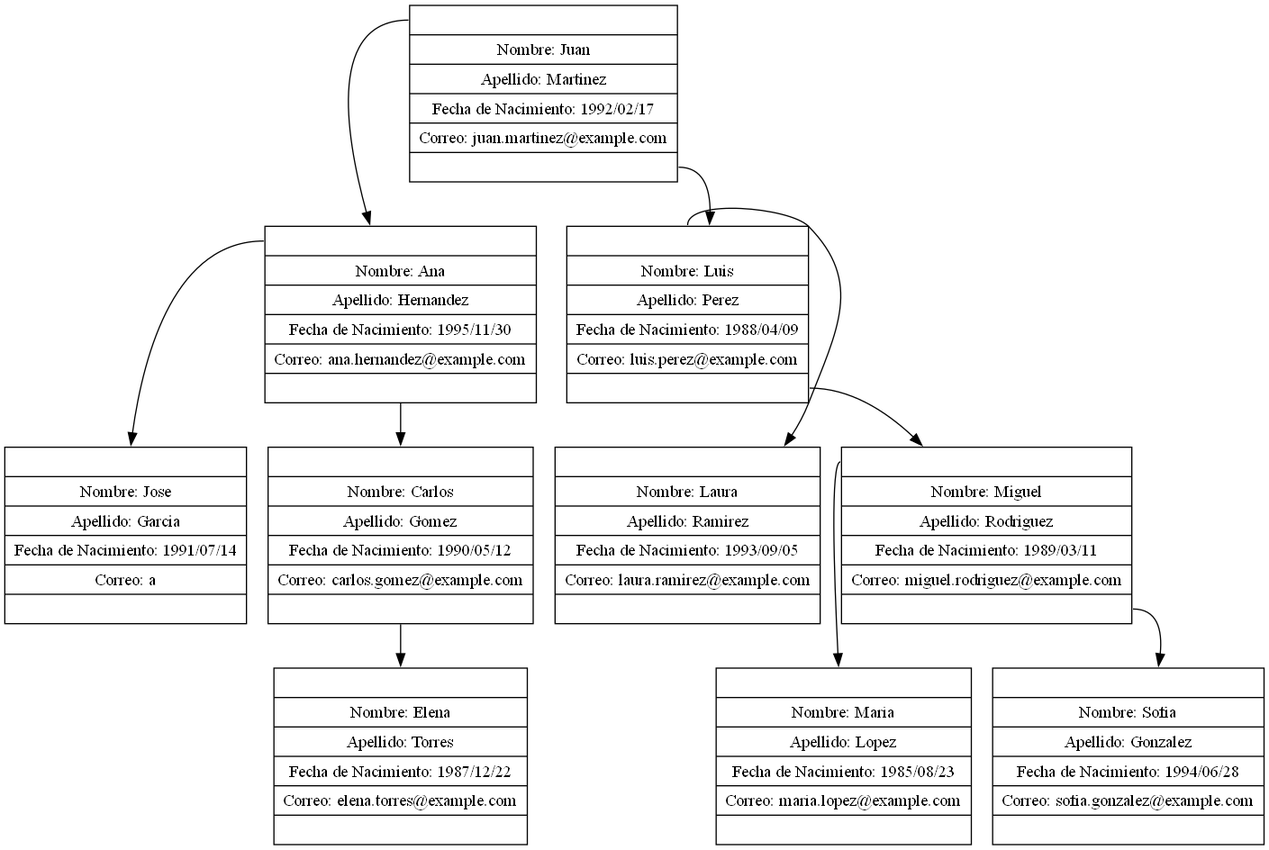
Above: Fase_2/build/Desktop_Qt_6_7_2_MinGW_64_bit-Debug/arbolAVL.dot.png in LightDemon12/-EDD-PROYECTOS_202100215 (Graphviz), before the change. Its source is kept beside it as Fase_2/build/Desktop_Qt_6_7_2_MinGW_64_bit-Debug/arbolAVL.dot.
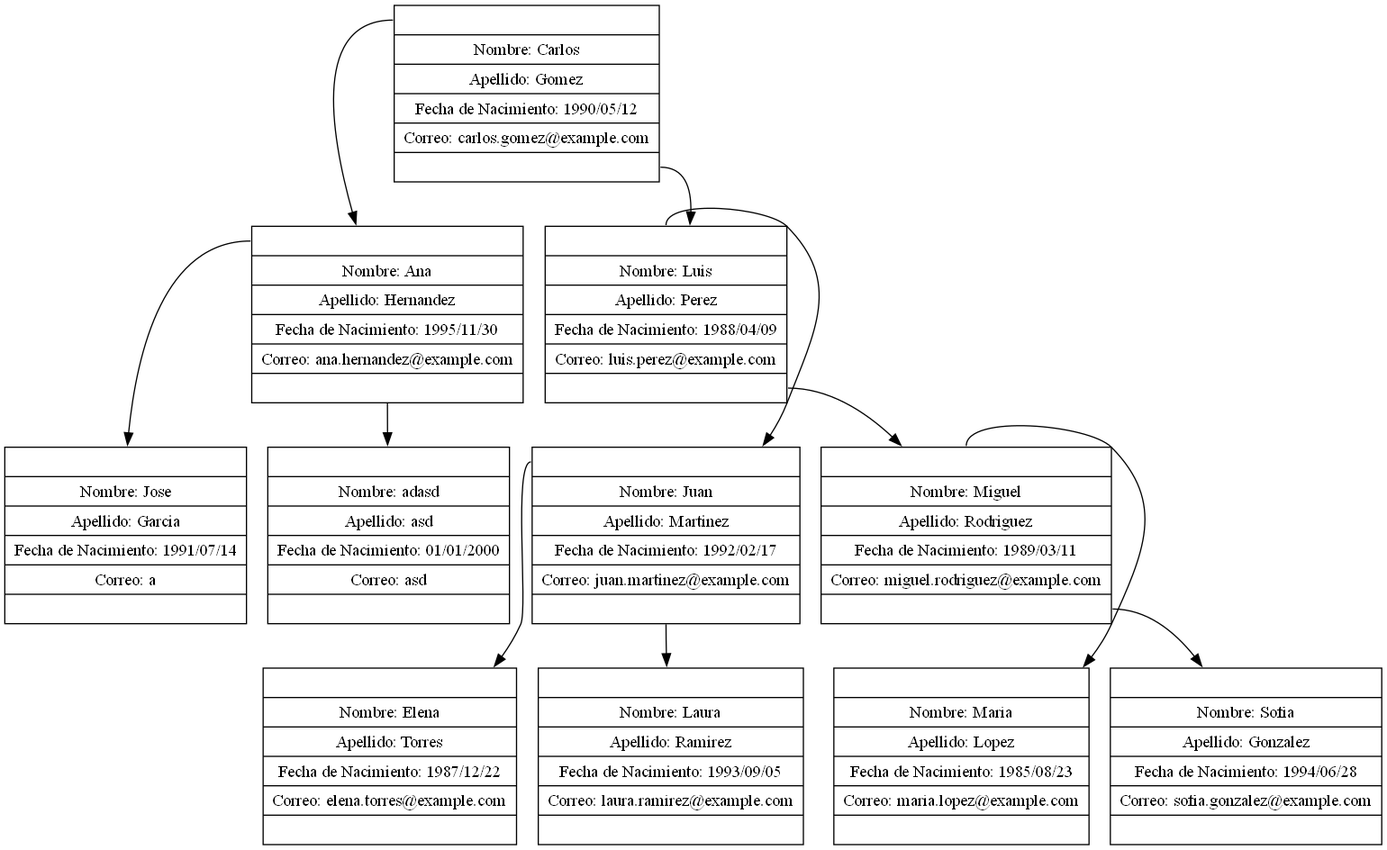
Later version of the same file.

Diff of the diagram source:
```diff
@@ -1,22 +1,24 @@
 digraph G {
 node [shape=record];
-nodo0x1fe0c520910 [label="{<f0> |<f1> Nombre: Juan | Apellido: Martinez | Fecha de Nacimiento: 1992/02/17 | Correo: juan.martinez@example.com |<f2> }"];
-nodo0x1fe0c520910:f0 -> nodo0x1fe0c521de0;
-nodo0x1fe0c521de0 [label="{<f0> |<f1> Nombre: Ana | Apellido: Hernandez | Fecha de Nacimiento: 1995/11/30 | Correo: ana.hernandez@example.com |<f2> }"];
-nodo0x1fe0c521de0:f0 -> nodo0x1fe0c5203a0;
-nodo0x1fe0c5203a0 [label="{<f0> |<f1> Nombre: Jose | Apellido: Garcia | Fecha de Nacimiento: 1991/07/14 | Correo: a |<f2> }"];
-nodo0x1fe0c521de0:f2 -> nodo0x1fe0c521f00;
-nodo0x1fe0c521f00 [label="{<f0> |<f1> Nombre: Carlos | Apellido: Gomez | Fecha de Nacimiento: 1990/05/12 | Correo: carlos.gomez@example.com |<f2> }"];
-nodo0x1fe0c521f00:f2 -> nodo0x1fe0c520250;
-nodo0x1fe0c520250 [label="{<f0> |<f1> Nombre: Elena | Apellido: Torres | Fecha de Nacimiento: 1987/12/22 | Correo: elena.torres@example.com |<f2> }"];
-nodo0x1fe0c520910:f2 -> nodo0x1fe0c5208e0;
-nodo0x1fe0c5208e0 [label="{<f0> |<f1> Nombre: Luis | Apellido: Perez | Fecha de Nacimiento: 1988/04/09 | Correo: luis.perez@example.com |<f2> }"];
-nodo0x1fe0c5208e0:f0 -> nodo0x1fe0c520700;
-nodo0x1fe0c520700 [label="{<f0> |<f1> Nombre: Laura | Apellido: Ramirez | Fecha de Nacimiento: 1993/09/05 | Correo: laura.ramirez@example.com |<f2> }"];
-nodo0x1fe0c5208e0:f2 -> nodo0x1fe0c520940;
-nodo0x1fe0c520940 [label="{<f0> |<f1> Nombre: Miguel | Apellido: Rodriguez | Fecha de Nacimiento: 1989/03/11 | Correo: miguel.rodriguez@example.com |<f2> }"];
-nodo0x1fe0c520940:f0 -> nodo0x1fe0c5208b0;
-nodo0x1fe0c5208b0 [label="{<f0> |<f1> Nombre: Maria | Apellido: Lopez | Fecha de Nacimiento: 1985/08/23 | Correo: maria.lopez@example.com |<f2> }"];
-nodo0x1fe0c520940:f2 -> nodo0x1fe0c5204c0;
-nodo0x1fe0c5204c0 [label="{<f0> |<f1> Nombre: Sofia | Apellido: Gonzalez | Fecha de Nacimiento: 1994/06/28 | Correo: sofia.gonzalez@example.com |<f2> }"];
+nodo0x1613a301f40 [label="{<f0> |<f1> Nombre: Carlos | Apellido: Gomez | Fecha de Nacimiento: 1990/05/12 | Correo: carlos.gomez@example.com |<f2> }"];
+nodo0x1613a301f40:f0 -> nodo0x1613a301f70;
+nodo0x1613a301f70 [label="{<f0> |<f1> Nombre: Ana | Apellido: Hernandez | Fecha de Nacimiento: 1995/11/30 | Correo: ana.hernandez@example.com |<f2> }"];
+nodo0x1613a301f70:f0 -> nodo0x1613a302630;
+nodo0x1613a302630 [label="{<f0> |<f1> Nombre: Jose | Apellido: Garcia | Fecha de Nacimiento: 1991/07/14 | Correo: a |<f2> }"];
+nodo0x1613a301f70:f2 -> nodo0x1613f8a8080;
+nodo0x1613f8a8080 [label="{<f0> |<f1> Nombre: adasd | Apellido: asd | Fecha de Nacimiento: 01/01/2000 | Correo: asd |<f2> }"];
+nodo0x1613a301f40:f2 -> nodo0x1613a302120;
+nodo0x1613a302120 [label="{<f0> |<f1> Nombre: Luis | Apellido: Perez | Fecha de Nacimiento: 1988/04/09 | Correo: luis.perez@example.com |<f2> }"];
+nodo0x1613a302120:f0 -> nodo0x1613a302000;
+nodo0x1613a302000 [label="{<f0> |<f1> Nombre: Juan | Apellido: Martinez | Fecha de Nacimiento: 1992/02/17 | Correo: juan.martinez@example.com |<f2> }"];
+nodo0x1613a302000:f0 -> nodo0x1613a302210;
+nodo0x1613a302210 [label="{<f0> |<f1> Nombre: Elena | Apellido: Torres | Fecha de Nacimiento: 1987/12/22 | Correo: elena.torres@example.com |<f2> }"];
+nodo0x1613a302000:f2 -> nodo0x1613a302690;
+nodo0x1613a302690 [label="{<f0> |<f1> Nombre: Laura | Apellido: Ramirez | Fecha de Nacimiento: 1993/09/05 | Correo: laura.ramirez@example.com |<f2> }"];
+nodo0x1613a302120:f2 -> nodo0x1613a3026f0;
+nodo0x1613a3026f0 [label="{<f0> |<f1> Nombre: Miguel | Apellido: Rodriguez | Fecha de Nacimiento: 1989/03/11 | Correo: miguel.rodriguez@example.com |<f2> }"];
+nodo0x1613a3026f0:f0 -> nodo0x1613a3021e0;
+nodo0x1613a3021e0 [label="{<f0> |<f1> Nombre: Maria | Apellido: Lopez | Fecha de Nacimiento: 1985/08/23 | Correo: maria.lopez@example.com |<f2> }"];
+nodo0x1613a3026f0:f2 -> nodo0x1613a302270;
+nodo0x1613a302270 [label="{<f0> |<f1> Nombre: Sofia | Apellido: Gonzalez | Fecha de Nacimiento: 1994/06/28 | Correo: sofia.gonzalez@example.com |<f2> }"];
 }
```
